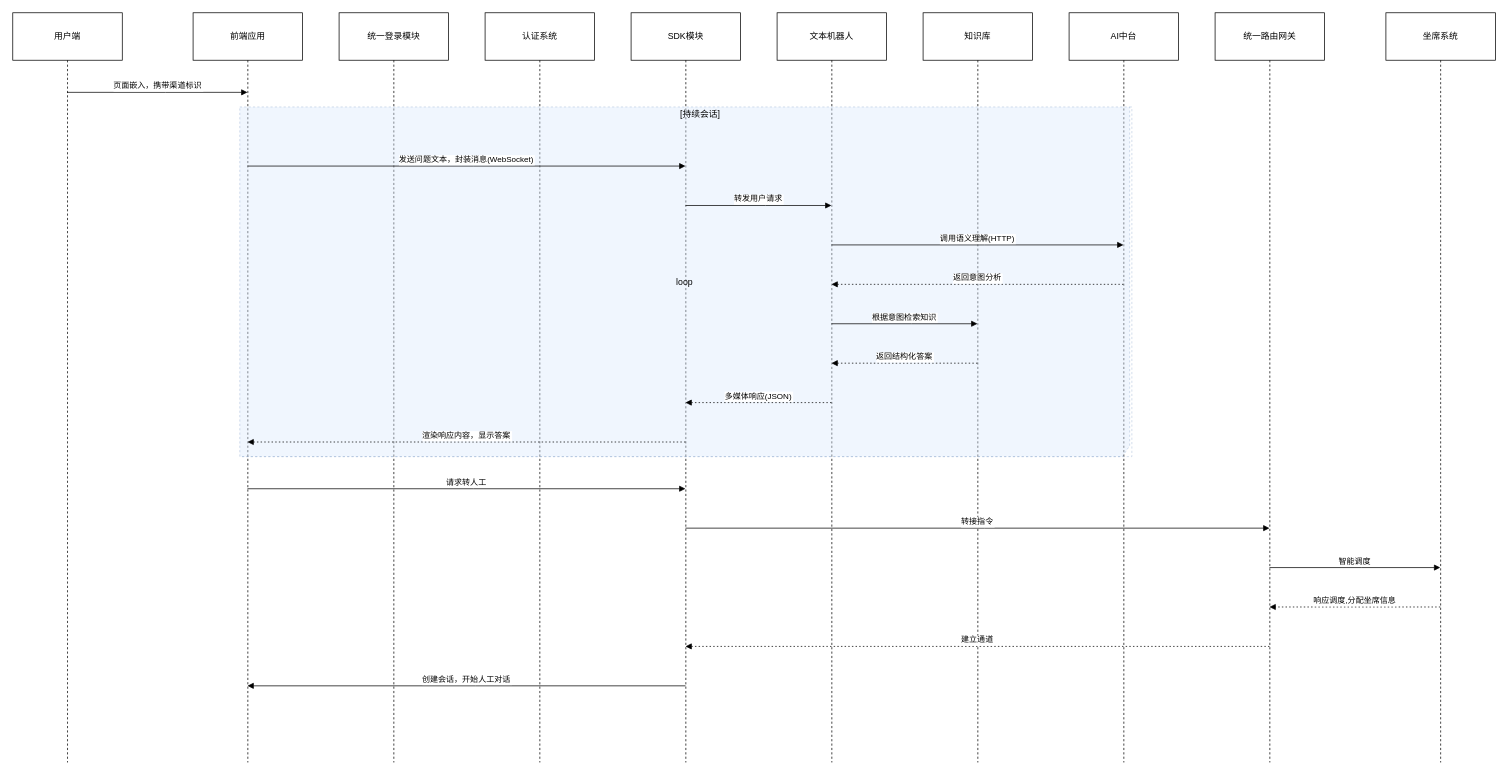
Before: page "文本机器人时序图" (4 of 7) of OC/国开行智能客服.drawio in iceAcmen/myDesign, a draw.io diagram. Source tidied: cells renumbered, new cells numbered last; positions are measured from the earlier drawing's top-left corner, leaving out a move shared by most shapes. Both pictures are drawn from the tidied source at 73%, with x=0, y=0 at pixel (12, 12).
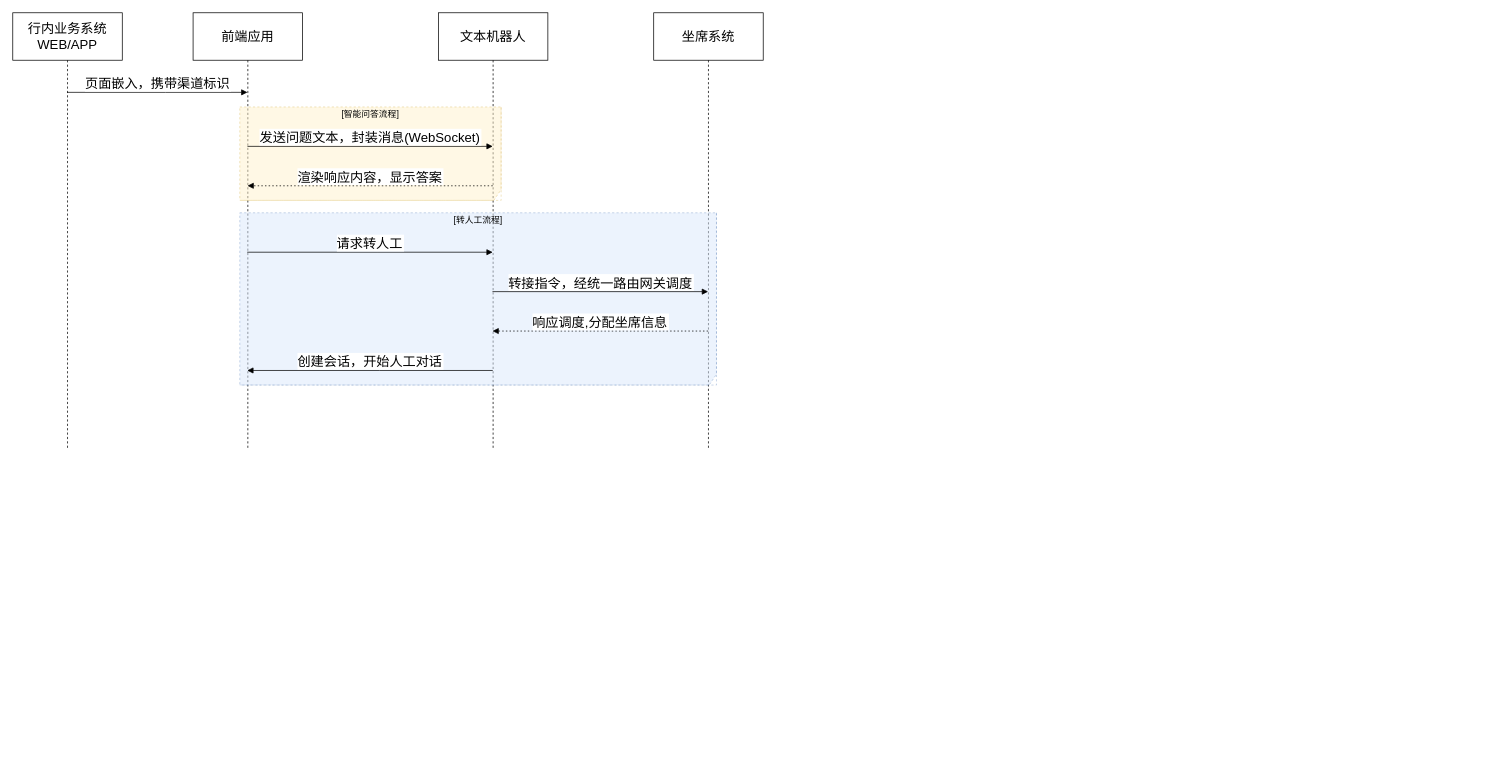
Above is the later version.

Change to the diagram source:
```diff
@@
-    <mxCell id="2" value="用户端" style="shape=umlLifeline;perimeter=lifelinePerimeter;whiteSpace=wrap;outlineConnect=0;portConstraint=eastwest;newEdgeStyle={&quot;edgeStyle&quot;:&quot;elbowEdgeStyle&quot;,&quot;elbow&quot;:&quot;vertical&quot;,&quot;curved&quot;:0,&quot;rounded&quot;:0};size=65;" parent="1" vertex="1">
-      <mxGeometry width="150" height="1027" as="geometry" />
-    </mxCell>
+    <mxCell id="29" value="行内业务系统WEB/APP" style="shape=umlLifeline;perimeter=lifelinePerimeter;whiteSpace=wrap;outlineConnect=0;portConstraint=eastwest;newEdgeStyle={&quot;edgeStyle&quot;:&quot;elbowEdgeStyle&quot;,&quot;elbow&quot;:&quot;vertical&quot;,&quot;curved&quot;:0,&quot;rounded&quot;:0};size=65;fontSize=18;" parent="1" vertex="1">
+      <mxGeometry width="150" height="598" as="geometry" />
+    </mxCell>
-    <mxCell id="3" value="前端应用" style="shape=umlLifeline;perimeter=lifelinePerimeter;whiteSpace=wrap;outlineConnect=0;portConstraint=eastwest;newEdgeStyle={&quot;edgeStyle&quot;:&quot;elbowEdgeStyle&quot;,&quot;elbow&quot;:&quot;vertical&quot;,&quot;curved&quot;:0,&quot;rounded&quot;:0};size=65;" parent="1" vertex="1">
-      <mxGeometry x="247" width="150" height="1027" as="geometry" />
+    <mxCell id="3" value="前端应用" style="shape=umlLifeline;perimeter=lifelinePerimeter;whiteSpace=wrap;outlineConnect=0;portConstraint=eastwest;newEdgeStyle={&quot;edgeStyle&quot;:&quot;elbowEdgeStyle&quot;,&quot;elbow&quot;:&quot;vertical&quot;,&quot;curved&quot;:0,&quot;rounded&quot;:0};size=65;fontSize=18;" parent="1" vertex="1">
+      <mxGeometry x="247" width="150" height="598" as="geometry" />
     </mxCell>
-    <mxCell id="4" value="统一登录模块" style="shape=umlLifeline;perimeter=lifelinePerimeter;whiteSpace=wrap;newEdgeStyle={&quot;edgeStyle&quot;:&quot;elbowEdgeStyle&quot;,&quot;elbow&quot;:&quot;vertical&quot;,&quot;curved&quot;:0,&quot;rounded&quot;:0};size=65;" parent="1" vertex="1">
-      <mxGeometry x="447" width="150" height="1027" as="geometry" />
-    </mxCell>
-    <mxCell id="5" value="认证系统" style="shape=umlLifeline;perimeter=lifelinePerimeter;whiteSpace=wrap;newEdgeStyle={&quot;edgeStyle&quot;:&quot;elbowEdgeStyle&quot;,&quot;elbow&quot;:&quot;vertical&quot;,&quot;curved&quot;:0,&quot;rounded&quot;:0};size=65;" parent="1" vertex="1">
-      <mxGeometry x="647" width="150" height="1027" as="geometry" />
-    </mxCell>
-    <mxCell id="6" value="SDK模块" style="shape=umlLifeline;perimeter=lifelinePerimeter;whiteSpace=wrap;outlineConnect=0;portConstraint=eastwest;newEdgeStyle={&quot;edgeStyle&quot;:&quot;elbowEdgeStyle&quot;,&quot;elbow&quot;:&quot;vertical&quot;,&quot;curved&quot;:0,&quot;rounded&quot;:0};size=65;" parent="1" vertex="1">
-      <mxGeometry x="847" width="150" height="1027" as="geometry" />
-    </mxCell>
-    <mxCell id="7" value="文本机器人" style="shape=umlLifeline;perimeter=lifelinePerimeter;whiteSpace=wrap;outlineConnect=0;portConstraint=eastwest;newEdgeStyle={&quot;edgeStyle&quot;:&quot;elbowEdgeStyle&quot;,&quot;elbow&quot;:&quot;vertical&quot;,&quot;curved&quot;:0,&quot;rounded&quot;:0};size=65;" parent="1" vertex="1">
-      <mxGeometry x="1047" width="150" height="1027" as="geometry" />
+    <mxCell id="7" value="文本机器人" style="shape=umlLifeline;perimeter=lifelinePerimeter;whiteSpace=wrap;outlineConnect=0;portConstraint=eastwest;newEdgeStyle={&quot;edgeStyle&quot;:&quot;elbowEdgeStyle&quot;,&quot;elbow&quot;:&quot;vertical&quot;,&quot;curved&quot;:0,&quot;rounded&quot;:0};size=65;fontSize=18;" parent="1" vertex="1">
+      <mxGeometry x="583" width="150" height="598" as="geometry" />
     </mxCell>
-    <mxCell id="8" value="知识库" style="shape=umlLifeline;perimeter=lifelinePerimeter;whiteSpace=wrap;outlineConnect=0;portConstraint=eastwest;newEdgeStyle={&quot;edgeStyle&quot;:&quot;elbowEdgeStyle&quot;,&quot;elbow&quot;:&quot;vertical&quot;,&quot;curved&quot;:0,&quot;rounded&quot;:0};size=65;" parent="1" vertex="1">
-      <mxGeometry x="1247" width="150" height="1027" as="geometry" />
-    </mxCell>
-    <mxCell id="9" value="AI中台" style="shape=umlLifeline;perimeter=lifelinePerimeter;whiteSpace=wrap;outlineConnect=0;portConstraint=eastwest;newEdgeStyle={&quot;edgeStyle&quot;:&quot;elbowEdgeStyle&quot;,&quot;elbow&quot;:&quot;vertical&quot;,&quot;curved&quot;:0,&quot;rounded&quot;:0};size=65;" parent="1" vertex="1">
-      <mxGeometry x="1447" width="150" height="1027" as="geometry" />
-    </mxCell>
-    <mxCell id="10" value="统一路由网关" style="shape=umlLifeline;perimeter=lifelinePerimeter;whiteSpace=wrap;outlineConnect=0;portConstraint=eastwest;newEdgeStyle={&quot;edgeStyle&quot;:&quot;elbowEdgeStyle&quot;,&quot;elbow&quot;:&quot;vertical&quot;,&quot;curved&quot;:0,&quot;rounded&quot;:0};size=65;" parent="1" vertex="1">
-      <mxGeometry x="1647" width="150" height="1027" as="geometry" />
-    </mxCell>
-    <mxCell id="11" value="坐席系统" style="shape=umlLifeline;perimeter=lifelinePerimeter;whiteSpace=wrap;outlineConnect=0;portConstraint=eastwest;newEdgeStyle={&quot;edgeStyle&quot;:&quot;elbowEdgeStyle&quot;,&quot;elbow&quot;:&quot;vertical&quot;,&quot;curved&quot;:0,&quot;rounded&quot;:0};size=65;" parent="1" vertex="1">
-      <mxGeometry x="1881" width="150" height="1027" as="geometry" />
+    <mxCell id="11" value="坐席系统" style="shape=umlLifeline;perimeter=lifelinePerimeter;whiteSpace=wrap;outlineConnect=0;portConstraint=eastwest;newEdgeStyle={&quot;edgeStyle&quot;:&quot;elbowEdgeStyle&quot;,&quot;elbow&quot;:&quot;vertical&quot;,&quot;curved&quot;:0,&quot;rounded&quot;:0};size=65;fontSize=18;" parent="1" vertex="1">
+      <mxGeometry x="878" width="150" height="598" as="geometry" />
     </mxCell>
-    <mxCell id="12" value="loop" style="shape=umlFrame;dashed=1;height=479;width=1219;swimlaneFillColor=none;fillColor=#dae8fc;strokeColor=#6c8ebf;opacity=40;" parent="1" vertex="1">
-      <mxGeometry x="311" y="129" width="1222" height="479" as="geometry" />
-    </mxCell>
-    <mxCell id="13" value="[持续会话]" style="text;strokeColor=none;fillColor=none;align=center;verticalAlign=middle;whiteSpace=wrap;" parent="12" vertex="1">
-      <mxGeometry x="40" width="1182" height="20" as="geometry" />
-    </mxCell>
+    <mxCell id="30" style="shape=umlFrame;dashed=1;strokeColor=#d6b656;height=128;width=358;fontSize=18;fillColor=#fff2cc;opacity=50;" parent="1" vertex="1">
+      <mxGeometry x="311" y="129" width="358" height="128" as="geometry" />
+    </mxCell>
+    <mxCell id="31" value="[智能问答流程]" style="text;strokeColor=none;fillColor=none;align=center;verticalAlign=middle;whiteSpace=wrap;" parent="30" vertex="1">
+      <mxGeometry width="358" height="20" as="geometry" />
+    </mxCell>
+    <mxCell id="32" style="shape=umlFrame;dashed=1;strokeColor=#6c8ebf;height=236;width=653;fontSize=18;fillColor=#dae8fc;opacity=50;" parent="1" vertex="1">
+      <mxGeometry x="311" y="274" width="653" height="236" as="geometry" />
+    </mxCell>
+    <mxCell id="33" value="[转人工流程]" style="text;strokeColor=none;fillColor=none;align=center;verticalAlign=middle;whiteSpace=wrap;" parent="32" vertex="1">
+      <mxGeometry width="653" height="20" as="geometry" />
+    </mxCell>
-    <mxCell id="14" value="页面嵌入，携带渠道标识" style="verticalAlign=bottom;edgeStyle=elbowEdgeStyle;elbow=vertical;curved=0;rounded=0;endArrow=block;" parent="1" edge="1" source="2" target="3">
+    <mxCell id="14" value="页面嵌入，携带渠道标识" style="verticalAlign=bottom;edgeStyle=elbowEdgeStyle;elbow=vertical;curved=0;rounded=0;endArrow=block;fontSize=18;" parent="1" edge="1" source="29" target="3">
       <mxGeometry relative="1" as="geometry">
         <Array as="points">
           <mxPoint x="209" y="109" />
         </Array>
       </mxGeometry>
     </mxCell>
-    <mxCell id="15" value="发送问题文本，封装消息(WebSocket)" style="verticalAlign=bottom;edgeStyle=elbowEdgeStyle;elbow=vertical;curved=0;rounded=0;endArrow=block;" parent="1" edge="1" source="3" target="6">
+    <mxCell id="15" value="发送问题文本，封装消息(WebSocket)" style="verticalAlign=bottom;edgeStyle=elbowEdgeStyle;elbow=vertical;curved=0;rounded=0;endArrow=block;fontSize=18;" parent="1" edge="1" source="3" target="7">
       <mxGeometry relative="1" as="geometry">
         <Array as="points">
-          <mxPoint x="631" y="210" />
+          <mxPoint x="499" y="183" />
         </Array>
       </mxGeometry>
     </mxCell>
-    <mxCell id="16" value="转发用户请求" style="verticalAlign=bottom;edgeStyle=elbowEdgeStyle;elbow=vertical;curved=0;rounded=0;endArrow=block;" parent="1" edge="1" source="6" target="7">
-      <mxGeometry relative="1" as="geometry">
-        <Array as="points">
-          <mxPoint x="1031" y="264" />
-        </Array>
-      </mxGeometry>
-    </mxCell>
-    <mxCell id="17" value="调用语义理解(HTTP)" style="verticalAlign=bottom;edgeStyle=elbowEdgeStyle;elbow=vertical;curved=0;rounded=0;endArrow=block;" parent="1" edge="1" source="7" target="9">
-      <mxGeometry relative="1" as="geometry">
-        <Array as="points">
-          <mxPoint x="1331" y="318" />
-        </Array>
-      </mxGeometry>
-    </mxCell>
-    <mxCell id="18" value="返回意图分析" style="verticalAlign=bottom;edgeStyle=elbowEdgeStyle;elbow=vertical;curved=0;rounded=0;dashed=1;dashPattern=2 3;endArrow=block;" parent="1" edge="1" source="9" target="7">
-      <mxGeometry relative="1" as="geometry">
-        <Array as="points">
-          <mxPoint x="1334" y="372" />
-        </Array>
-      </mxGeometry>
-    </mxCell>
-    <mxCell id="19" value="根据意图检索知识" style="verticalAlign=bottom;edgeStyle=elbowEdgeStyle;elbow=vertical;curved=0;rounded=0;endArrow=block;" parent="1" edge="1" source="7" target="8">
-      <mxGeometry relative="1" as="geometry">
-        <Array as="points">
-          <mxPoint x="1231" y="426" />
-        </Array>
-      </mxGeometry>
-    </mxCell>
-    <mxCell id="20" value="返回结构化答案" style="verticalAlign=bottom;edgeStyle=elbowEdgeStyle;elbow=vertical;curved=0;rounded=0;dashed=1;dashPattern=2 3;endArrow=block;" parent="1" edge="1" source="8" target="7">
-      <mxGeometry relative="1" as="geometry">
-        <Array as="points">
-          <mxPoint x="1234" y="480" />
-        </Array>
-      </mxGeometry>
-    </mxCell>
-    <mxCell id="21" value="多媒体响应(JSON)" style="verticalAlign=bottom;edgeStyle=elbowEdgeStyle;elbow=vertical;curved=0;rounded=0;dashed=1;dashPattern=2 3;endArrow=block;" parent="1" edge="1" source="7" target="6">
-      <mxGeometry relative="1" as="geometry">
-        <Array as="points">
-          <mxPoint x="1034" y="534" />
-        </Array>
-      </mxGeometry>
-    </mxCell>
-    <mxCell id="22" value="渲染响应内容，显示答案" style="verticalAlign=bottom;edgeStyle=elbowEdgeStyle;elbow=vertical;curved=0;rounded=0;dashed=1;dashPattern=2 3;endArrow=block;" parent="1" edge="1" source="6" target="3">
+    <mxCell id="22" value="渲染响应内容，显示答案" style="verticalAlign=bottom;edgeStyle=elbowEdgeStyle;elbow=vertical;curved=0;rounded=0;dashed=1;dashPattern=2 3;endArrow=block;fontSize=18;" parent="1" edge="1" source="7" target="3">
       <mxGeometry relative="1" as="geometry">
         <Array as="points">
-          <mxPoint x="634" y="588" />
+          <mxPoint x="502" y="237" />
         </Array>
       </mxGeometry>
     </mxCell>
-    <mxCell id="23" value="请求转人工" style="verticalAlign=bottom;edgeStyle=elbowEdgeStyle;elbow=vertical;curved=0;rounded=0;endArrow=block;" parent="1" edge="1" source="3" target="6">
+    <mxCell id="23" value="请求转人工" style="verticalAlign=bottom;edgeStyle=elbowEdgeStyle;elbow=vertical;curved=0;rounded=0;endArrow=block;fontSize=18;" parent="1" edge="1">
       <mxGeometry relative="1" as="geometry">
+        <mxPoint x="321.1" y="328" as="sourcePoint" />
+        <mxPoint x="657.5" y="328" as="targetPoint" />
         <Array as="points">
-          <mxPoint x="631" y="652" />
+          <mxPoint x="499" y="328" />
         </Array>
       </mxGeometry>
     </mxCell>
-    <mxCell id="24" value="转接指令" style="verticalAlign=bottom;edgeStyle=elbowEdgeStyle;elbow=vertical;curved=0;rounded=0;endArrow=block;" parent="1" edge="1" source="6" target="10">
-      <mxGeometry relative="1" as="geometry">
-        <Array as="points">
-          <mxPoint x="1331" y="706" />
-        </Array>
-      </mxGeometry>
-    </mxCell>
-    <mxCell id="25" value="智能调度" style="verticalAlign=bottom;edgeStyle=elbowEdgeStyle;elbow=vertical;curved=0;rounded=0;endArrow=block;" parent="1" edge="1" source="10" target="11">
-      <mxGeometry relative="1" as="geometry">
-        <Array as="points">
-          <mxPoint x="1848" y="760" />
-        </Array>
-      </mxGeometry>
-    </mxCell>
+    <mxCell id="34" value="转接指令，经统一路由网关调度" style="verticalAlign=bottom;edgeStyle=elbowEdgeStyle;elbow=vertical;curved=0;rounded=0;endArrow=block;fontSize=18;" parent="1" edge="1">
+      <mxGeometry relative="1" as="geometry">
+        <mxPoint x="657.1" y="382" as="sourcePoint" />
+        <mxPoint x="952.5" y="382" as="targetPoint" />
+        <Array as="points">
+          <mxPoint x="814" y="382" />
+        </Array>
+      </mxGeometry>
+    </mxCell>
-    <mxCell id="26" value="响应调度,分配坐席信息" style="verticalAlign=bottom;edgeStyle=elbowEdgeStyle;elbow=vertical;curved=0;rounded=0;dashed=1;dashPattern=2 3;endArrow=block;" parent="1" edge="1" source="11" target="10">
+    <mxCell id="26" value="响应调度,分配坐席信息" style="verticalAlign=bottom;edgeStyle=elbowEdgeStyle;elbow=vertical;curved=0;rounded=0;dashed=1;dashPattern=2 3;endArrow=block;fontSize=18;" parent="1" edge="1">
       <mxGeometry relative="1" as="geometry">
+        <mxPoint x="952.5" y="436" as="sourcePoint" />
+        <mxPoint x="657.1" y="436" as="targetPoint" />
         <Array as="points">
-          <mxPoint x="1851" y="814" />
+          <mxPoint x="817" y="436" />
         </Array>
       </mxGeometry>
     </mxCell>
-    <mxCell id="27" value="建立通道" style="verticalAlign=bottom;edgeStyle=elbowEdgeStyle;elbow=vertical;curved=0;rounded=0;dashed=1;dashPattern=2 3;endArrow=block;" parent="1" edge="1" source="10" target="6">
-      <mxGeometry relative="1" as="geometry">
-        <Array as="points">
-          <mxPoint x="1334" y="868" />
-        </Array>
-      </mxGeometry>
-    </mxCell>
-    <mxCell id="28" value="创建会话，开始人工对话" style="verticalAlign=bottom;edgeStyle=elbowEdgeStyle;elbow=vertical;curved=0;rounded=0;endArrow=block;" parent="1" edge="1" source="6" target="3">
+    <mxCell id="28" value="创建会话，开始人工对话" style="verticalAlign=bottom;edgeStyle=elbowEdgeStyle;elbow=vertical;curved=0;rounded=0;endArrow=block;fontSize=18;" parent="1" edge="1">
       <mxGeometry relative="1" as="geometry">
+        <mxPoint x="657.5" y="490" as="sourcePoint" />
+        <mxPoint x="321.1" y="490" as="targetPoint" />
         <Array as="points">
-          <mxPoint x="634" y="922" />
+          <mxPoint x="502" y="490" />
         </Array>
       </mxGeometry>
     </mxCell>
```
